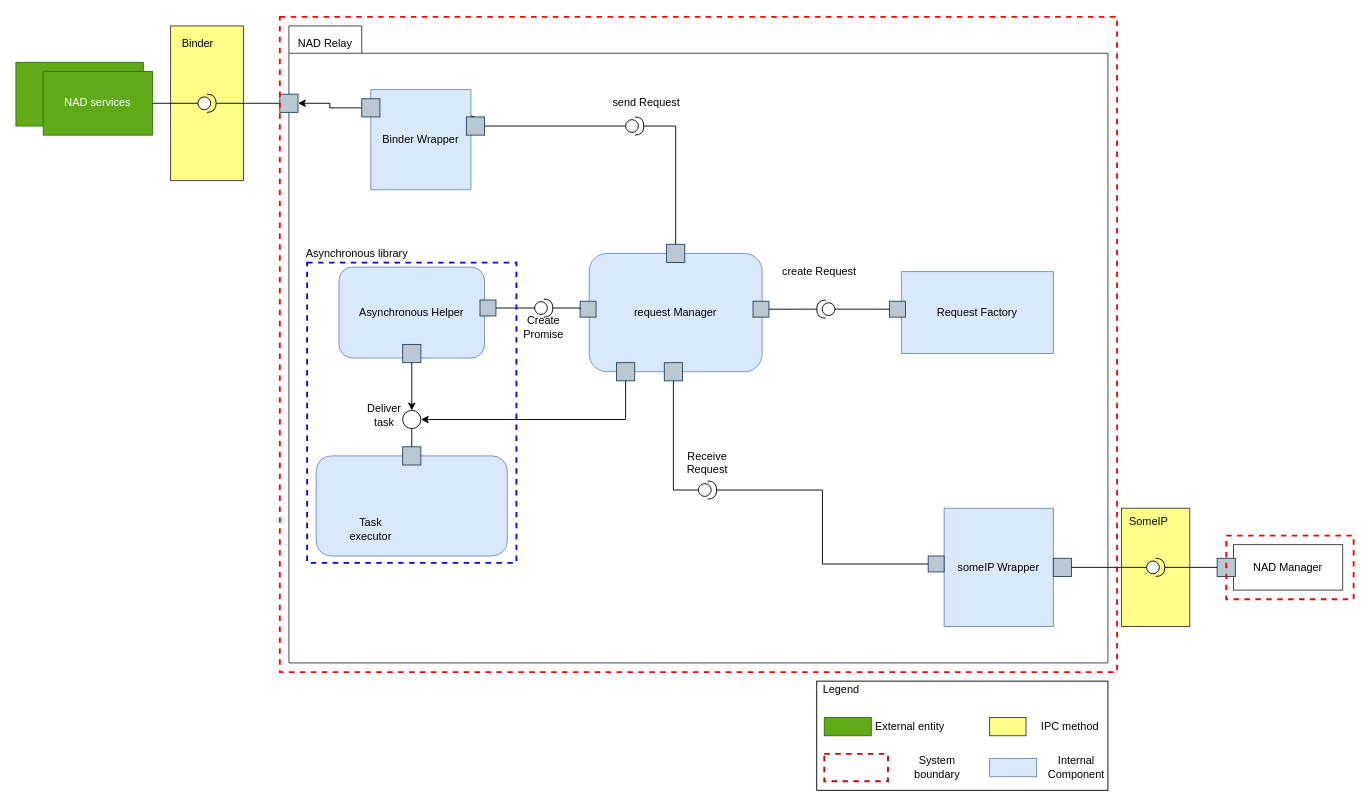
The draw.io diagram page "dynamic_2nd" (6 of 7) of doc/SA cert/Design/nadproxy.drawio in taikt/codefun, before the edit. Source tidied: cells renumbered, new cells numbered last; positions are measured from the earlier drawing's top-left corner, leaving out a move shared by most shapes. Both pictures are drawn from the tidied source at 91%, with x=0, y=0 at pixel (15, 16).
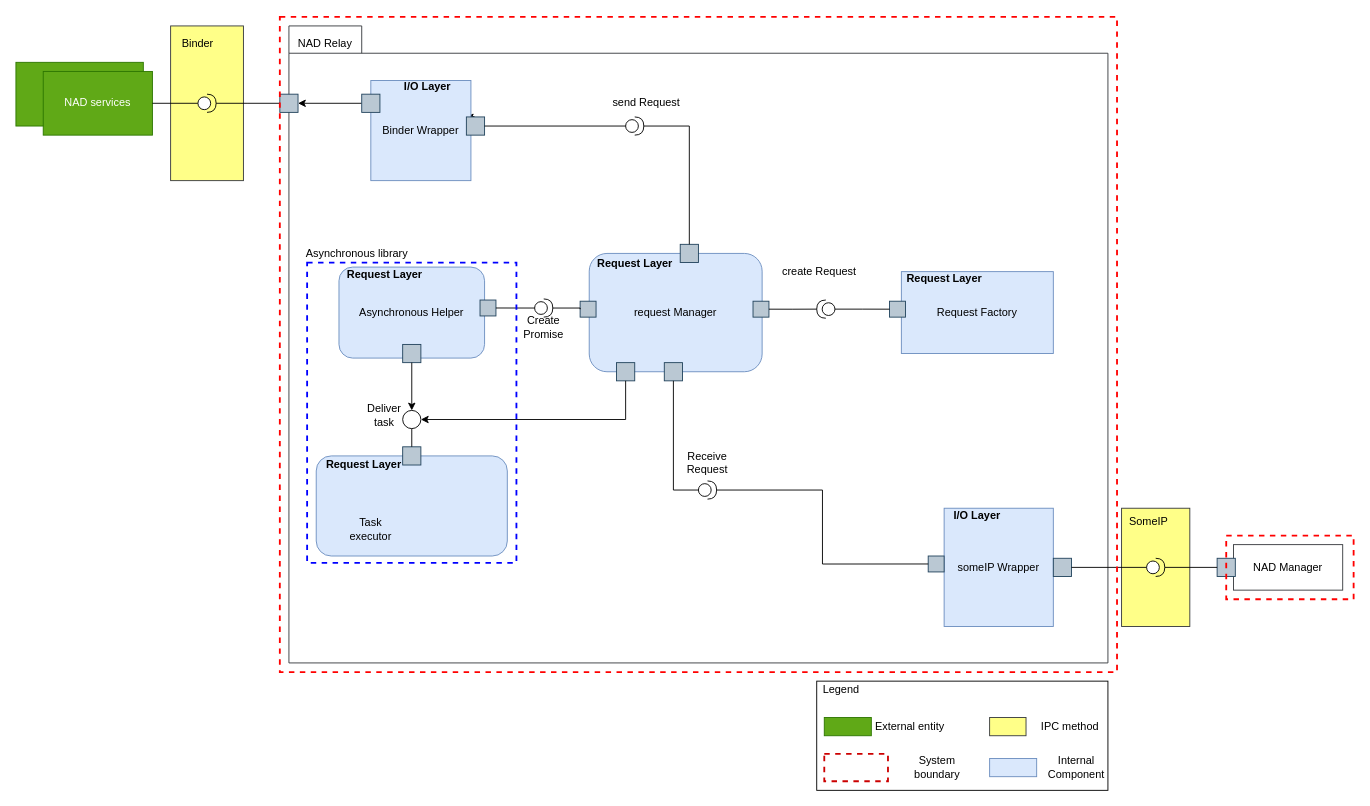
Above is the later version.

Diff of the diagram source:
```diff
@@
     <mxCell id="11" value="Binder Wrapper" style="rounded=0;whiteSpace=wrap;html=1;fillColor=#dae8fc;strokeColor=#6c8ebf;" parent="1" vertex="1">
-      <mxGeometry x="390" y="80" width="110" height="110" as="geometry" />
+      <mxGeometry x="390" y="70" width="110" height="110" as="geometry" />
     </mxCell>
@@
     <mxCell id="16" style="whiteSpace=wrap;html=1;fillColor=#bac8d3;strokeColor=#23445d;" parent="1" vertex="1">
-      <mxGeometry x="380" y="90" width="20" height="20" as="geometry" />
+      <mxGeometry x="380" y="85" width="20" height="20" as="geometry" />
     </mxCell>
@@
     <mxCell id="22" style="whiteSpace=wrap;html=1;fillColor=#bac8d3;strokeColor=#23445d;" parent="1" vertex="1">
-      <mxGeometry x="715" y="250" width="20" height="20" as="geometry" />
+      <mxGeometry x="730" y="250" width="20" height="20" as="geometry" />
     </mxCell>
@@
+    <mxCell id="78" value="&lt;b&gt;I/O Layer&lt;/b&gt;" style="text;html=1;strokeColor=none;fillColor=none;align=center;verticalAlign=middle;whiteSpace=wrap;rounded=0;" parent="1" vertex="1">
+      <mxGeometry x="1014" y="540" width="85.1" height="16.6" as="geometry" />
+    </mxCell>
+    <mxCell id="79" value="&lt;b&gt;I/O Layer&lt;/b&gt;" style="text;html=1;strokeColor=none;fillColor=none;align=center;verticalAlign=middle;whiteSpace=wrap;rounded=0;" parent="1" vertex="1">
+      <mxGeometry x="409.9" y="68.4" width="85.1" height="16.6" as="geometry" />
+    </mxCell>
+    <mxCell id="80" value="&lt;b&gt;Request Layer&lt;/b&gt;" style="text;html=1;strokeColor=none;fillColor=none;align=center;verticalAlign=middle;whiteSpace=wrap;rounded=0;" parent="1" vertex="1">
+      <mxGeometry x="637.5" y="263" width="85.1" height="16.6" as="geometry" />
+    </mxCell>
+    <mxCell id="81" value="&lt;b&gt;Request Layer&lt;/b&gt;" style="text;html=1;strokeColor=none;fillColor=none;align=center;verticalAlign=middle;whiteSpace=wrap;rounded=0;" parent="1" vertex="1">
+      <mxGeometry x="977.5" y="280" width="85.1" height="16.6" as="geometry" />
+    </mxCell>
+    <mxCell id="82" value="&lt;b&gt;Request Layer&lt;/b&gt;" style="text;html=1;strokeColor=none;fillColor=none;align=center;verticalAlign=middle;whiteSpace=wrap;rounded=0;" parent="1" vertex="1">
+      <mxGeometry x="362.5" y="275" width="85.1" height="16.6" as="geometry" />
+    </mxCell>
+    <mxCell id="83" value="&lt;b&gt;Request Layer&lt;/b&gt;" style="text;html=1;strokeColor=none;fillColor=none;align=center;verticalAlign=middle;whiteSpace=wrap;rounded=0;" parent="1" vertex="1">
+      <mxGeometry x="339.9" y="483.4" width="85.1" height="16.6" as="geometry" />
+    </mxCell>
```
